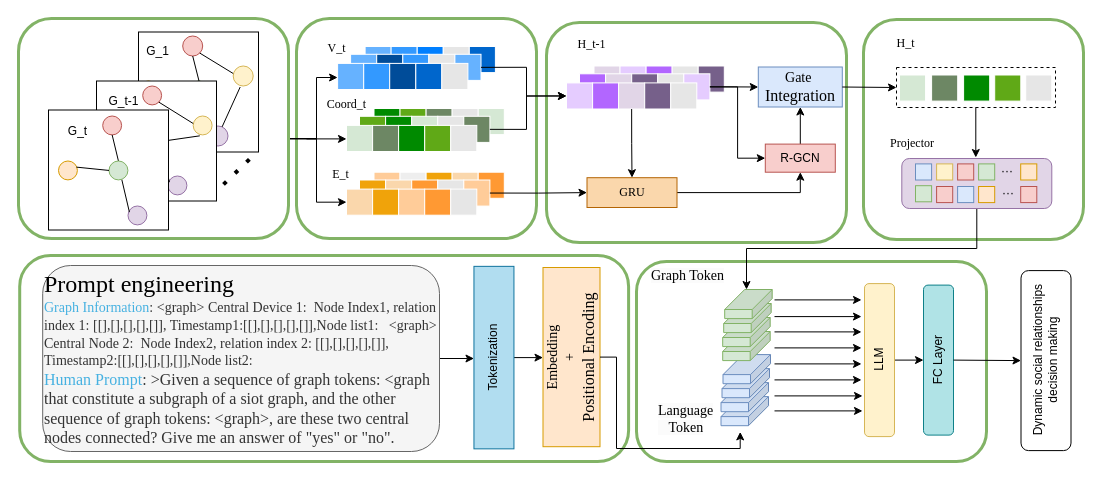
Before: 未命名绘图.drawio in hzb29/hzb29, a draw.io diagram. Source tidied: cells renumbered, new cells numbered last; positions are measured from the earlier drawing's top-left corner, leaving out a move shared by most shapes. Both pictures are drawn from the tidied source at 100%, with x=0, y=0 at pixel (18, 18).
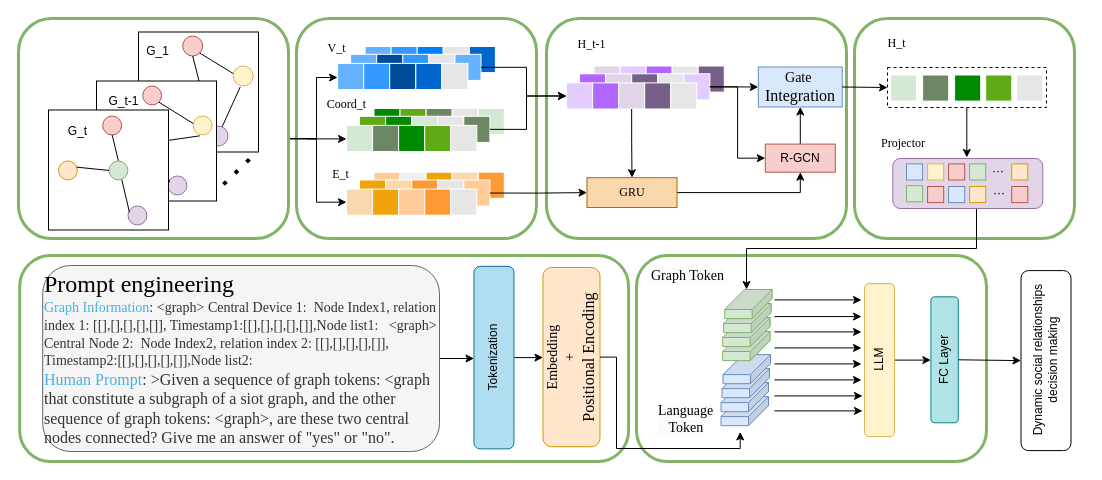
The same diagram, later.

Commit message (it also covers changes not shown here):
更新未命名绘图.drawio

Diff of the diagram source:
```diff
@@
     <mxCell id="6" style="rounded=1;whiteSpace=wrap;html=1;fillColor=none;strokeColor=#82b366;strokeWidth=3;" parent="1" vertex="1">
-      <mxGeometry x="618" y="243" width="350" height="200" as="geometry" />
+      <mxGeometry x="618" y="237" width="350" height="206" as="geometry" />
     </mxCell>
@@
     <mxCell id="10" style="rounded=1;whiteSpace=wrap;html=1;fillColor=none;strokeColor=#82b366;strokeWidth=3;" parent="1" vertex="1">
-      <mxGeometry x="845" y="1" width="220" height="220" as="geometry" />
+      <mxGeometry x="836" width="220" height="220" as="geometry" />
     </mxCell>
     <mxCell id="11" style="rounded=1;whiteSpace=wrap;html=1;fillColor=none;strokeColor=#82b366;strokeWidth=3;" parent="1" vertex="1">
-      <mxGeometry x="528" y="4" width="300" height="220" as="geometry" />
+      <mxGeometry x="528" width="300" height="220" as="geometry" />
     </mxCell>
@@
     <mxCell id="13" style="rounded=0;whiteSpace=wrap;html=1;dashed=1;" parent="1" vertex="1">
-      <mxGeometry x="878" y="49" width="159" height="40" as="geometry" />
+      <mxGeometry x="869" y="49" width="159" height="40" as="geometry" />
     </mxCell>
@@
     <mxCell id="55" style="rounded=1;whiteSpace=wrap;html=1;fillColor=#e1d5e7;strokeColor=#9673a6;" parent="1" vertex="1">
-      <mxGeometry x="883.3" y="140" width="150" height="50" as="geometry" />
+      <mxGeometry x="874.3" y="140" width="150" height="50" as="geometry" />
     </mxCell>
@@
-    <mxCell id="59" value="Tokenization" style="rounded=0;whiteSpace=wrap;html=1;rotation=-90;fillColor=#b1ddf0;strokeColor=#10739e;" parent="1" vertex="1">
+    <mxCell id="59" value="Tokenization" style="rounded=1;whiteSpace=wrap;html=1;rotation=-90;fillColor=#b1ddf0;strokeColor=#10739e;" parent="1" vertex="1">
       <mxGeometry x="384.2" y="319.1" width="182.5" height="40" as="geometry" />
     </mxCell>
-    <mxCell id="60" value="&lt;font style=&quot;font-size: 14px;&quot; face=&quot;Times New Roman&quot;&gt;Embedding&lt;/font&gt;&lt;div&gt;&lt;font style=&quot;font-size: 14px;&quot; face=&quot;Times New Roman&quot;&gt;+&lt;/font&gt;&lt;/div&gt;&lt;div&gt;&lt;font size=&quot;3&quot; face=&quot;Times New Roman&quot;&gt;Positional Encoding&lt;/font&gt;&lt;/div&gt;" style="rounded=0;whiteSpace=wrap;html=1;rotation=-90;fillColor=#ffe6cc;strokeColor=#d79b00;" parent="1" vertex="1">
+    <mxCell id="60" value="&lt;font style=&quot;font-size: 14px;&quot; face=&quot;Times New Roman&quot;&gt;Embedding&lt;/font&gt;&lt;div&gt;&lt;font style=&quot;font-size: 14px;&quot; face=&quot;Times New Roman&quot;&gt;+&lt;/font&gt;&lt;/div&gt;&lt;div&gt;&lt;font size=&quot;3&quot; face=&quot;Times New Roman&quot;&gt;Positional Encoding&lt;/font&gt;&lt;/div&gt;" style="rounded=1;whiteSpace=wrap;html=1;rotation=-90;fillColor=#ffe6cc;strokeColor=#d79b00;glass=0;" parent="1" vertex="1">
       <mxGeometry x="463.4" y="310.1" width="179.2" height="57" as="geometry" />
     </mxCell>
@@
     <mxCell id="64" value="FC Layer" style="rounded=1;whiteSpace=wrap;html=1;fillColor=#b0e3e6;strokeColor=#0e8088;rotation=-90;" parent="1" vertex="1">
-      <mxGeometry x="845" y="326.6" width="150" height="30" as="geometry" />
+      <mxGeometry x="863.1" y="327.6" width="126" height="27.4" as="geometry" />
     </mxCell>
@@
     <mxCell id="146" style="whiteSpace=wrap;html=1;strokeColor=#FFFFFF;fillColor=#d5e8d4;" parent="1" vertex="1">
-      <mxGeometry x="881" y="56.5" width="26.1" height="26.1" as="geometry" />
+      <mxGeometry x="872" y="56.5" width="26.1" height="26.1" as="geometry" />
     </mxCell>
     <mxCell id="147" style="whiteSpace=wrap;html=1;fillColor=#6d8764;strokeColor=#FFFFFF;fontColor=#ffffff;" parent="1" vertex="1">
-      <mxGeometry x="913.1" y="56.5" width="26.1" height="26.1" as="geometry" />
+      <mxGeometry x="904.1" y="56.5" width="26.1" height="26.1" as="geometry" />
     </mxCell>
     <mxCell id="148" style="whiteSpace=wrap;html=1;fillColor=#008a00;strokeColor=#FFFFFF;fontColor=#ffffff;" parent="1" vertex="1">
-      <mxGeometry x="945.1" y="56.5" width="26.1" height="26.1" as="geometry" />
+      <mxGeometry x="936.1" y="56.5" width="26.1" height="26.1" as="geometry" />
     </mxCell>
     <mxCell id="149" style="whiteSpace=wrap;html=1;fillColor=#60a917;strokeColor=#FFFFFF;fontColor=#ffffff;" parent="1" vertex="1">
-      <mxGeometry x="976.2" y="56.5" width="26.1" height="26.1" as="geometry" />
+      <mxGeometry x="967.2" y="56.5" width="26.1" height="26.1" as="geometry" />
     </mxCell>
     <mxCell id="150" style="whiteSpace=wrap;html=1;fillColor=#E6E6E6;strokeColor=#FFFFFF;" parent="1" vertex="1">
-      <mxGeometry x="1007.2" y="56.5" width="26.1" height="26.1" as="geometry" />
+      <mxGeometry x="998.2" y="56.5" width="26.1" height="26.1" as="geometry" />
     </mxCell>
@@
     <mxCell id="155" value="&lt;font face=&quot;Times New Roman&quot;&gt;H_t&lt;/font&gt;" style="text;html=1;align=center;verticalAlign=middle;strokeColor=none;fillColor=none;" parent="1" vertex="1">
-      <mxGeometry x="867.1" y="10" width="40" height="30" as="geometry" />
+      <mxGeometry x="858.1" y="10" width="40" height="30" as="geometry" />
     </mxCell>
@@
     <mxCell id="170" style="edgeStyle=orthogonalEdgeStyle;rounded=0;orthogonalLoop=1;jettySize=auto;html=1;exitX=0.5;exitY=0;exitDx=0;exitDy=0;entryX=0.5;entryY=1;entryDx=0;entryDy=0;endArrow=none;endFill=0;startArrow=classic;startFill=1;" parent="1" edge="1">
       <mxGeometry relative="1" as="geometry">
-        <mxPoint x="957.3" y="139" as="sourcePoint" />
-        <mxPoint x="957.3" y="89" as="targetPoint" />
+        <mxPoint x="948.3" y="139" as="sourcePoint" />
+        <mxPoint x="948.3" y="89" as="targetPoint" />
       </mxGeometry>
     </mxCell>
@@
     <mxCell id="174" style="whiteSpace=wrap;html=1;fillColor=#dae8fc;strokeColor=#6c8ebf;" parent="1" vertex="1">
-      <mxGeometry x="897" y="145.4" width="16.1" height="16.1" as="geometry" />
+      <mxGeometry x="888" y="145.4" width="16.1" height="16.1" as="geometry" />
     </mxCell>
     <mxCell id="175" style="whiteSpace=wrap;html=1;fillColor=#d5e8d4;strokeColor=#82b366;" parent="1" vertex="1">
-      <mxGeometry x="897" y="167.2" width="16.1" height="16.1" as="geometry" />
+      <mxGeometry x="888" y="167.2" width="16.1" height="16.1" as="geometry" />
     </mxCell>
     <mxCell id="176" style="whiteSpace=wrap;html=1;fillColor=#fff2cc;strokeColor=#d6b656;" parent="1" vertex="1">
-      <mxGeometry x="918.1" y="145.4" width="16.1" height="16.1" as="geometry" />
+      <mxGeometry x="909.1" y="145.4" width="16.1" height="16.1" as="geometry" />
     </mxCell>
     <mxCell id="177" style="whiteSpace=wrap;html=1;fillColor=#f8cecc;strokeColor=#b85450;" parent="1" vertex="1">
-      <mxGeometry x="918.1" y="168" width="16.1" height="16.1" as="geometry" />
+      <mxGeometry x="909.1" y="168" width="16.1" height="16.1" as="geometry" />
     </mxCell>
     <mxCell id="178" style="whiteSpace=wrap;html=1;fillColor=#f8cecc;strokeColor=#b85450;" parent="1" vertex="1">
-      <mxGeometry x="939.1" y="145.4" width="16.1" height="16.1" as="geometry" />
+      <mxGeometry x="930.1" y="145.4" width="16.1" height="16.1" as="geometry" />
     </mxCell>
     <mxCell id="179" style="whiteSpace=wrap;html=1;fillColor=#dae8fc;strokeColor=#6c8ebf;" parent="1" vertex="1">
-      <mxGeometry x="939.1" y="168" width="16.1" height="16.1" as="geometry" />
+      <mxGeometry x="930.1" y="168" width="16.1" height="16.1" as="geometry" />
     </mxCell>
     <mxCell id="180" style="whiteSpace=wrap;html=1;fillColor=#d5e8d4;strokeColor=#82b366;" parent="1" vertex="1">
-      <mxGeometry x="960.1" y="145.4" width="16.1" height="16.1" as="geometry" />
+      <mxGeometry x="951.1" y="145.4" width="16.1" height="16.1" as="geometry" />
     </mxCell>
     <mxCell id="181" style="whiteSpace=wrap;html=1;fillColor=#ffe6cc;strokeColor=#d79b00;" parent="1" vertex="1">
-      <mxGeometry x="960.1" y="168" width="16.1" height="16.1" as="geometry" />
+      <mxGeometry x="951.1" y="168" width="16.1" height="16.1" as="geometry" />
     </mxCell>
     <mxCell id="182" style="whiteSpace=wrap;html=1;fillColor=#ffe6cc;strokeColor=#d79b00;" parent="1" vertex="1">
-      <mxGeometry x="1002.2" y="145.4" width="16.1" height="16.1" as="geometry" />
+      <mxGeometry x="993.2" y="145.4" width="16.1" height="16.1" as="geometry" />
     </mxCell>
     <mxCell id="183" style="whiteSpace=wrap;html=1;fillColor=#f8cecc;strokeColor=#b85450;" parent="1" vertex="1">
-      <mxGeometry x="1002.2" y="168" width="16.1" height="16.1" as="geometry" />
+      <mxGeometry x="993.2" y="168" width="16.1" height="16.1" as="geometry" />
     </mxCell>
     <mxCell id="184" value="···" style="text;html=1;align=center;verticalAlign=middle;whiteSpace=wrap;rounded=0;" parent="1" vertex="1">
-      <mxGeometry x="959.2" y="138.4" width="60" height="30" as="geometry" />
+      <mxGeometry x="950.2" y="138.4" width="60" height="30" as="geometry" />
     </mxCell>
     <mxCell id="185" value="···" style="text;html=1;align=center;verticalAlign=middle;whiteSpace=wrap;rounded=0;" parent="1" vertex="1">
-      <mxGeometry x="960.1" y="160.2" width="60" height="30" as="geometry" />
+      <mxGeometry x="951.1" y="160.2" width="60" height="30" as="geometry" />
     </mxCell>
     <mxCell id="186" value="&lt;font face=&quot;Times New Roman&quot;&gt;Projector&lt;/font&gt;" style="text;html=1;align=center;verticalAlign=middle;whiteSpace=wrap;rounded=0;" parent="1" vertex="1">
-      <mxGeometry x="864" y="110" width="60" height="30" as="geometry" />
+      <mxGeometry x="855" y="110" width="60" height="30" as="geometry" />
     </mxCell>
```
